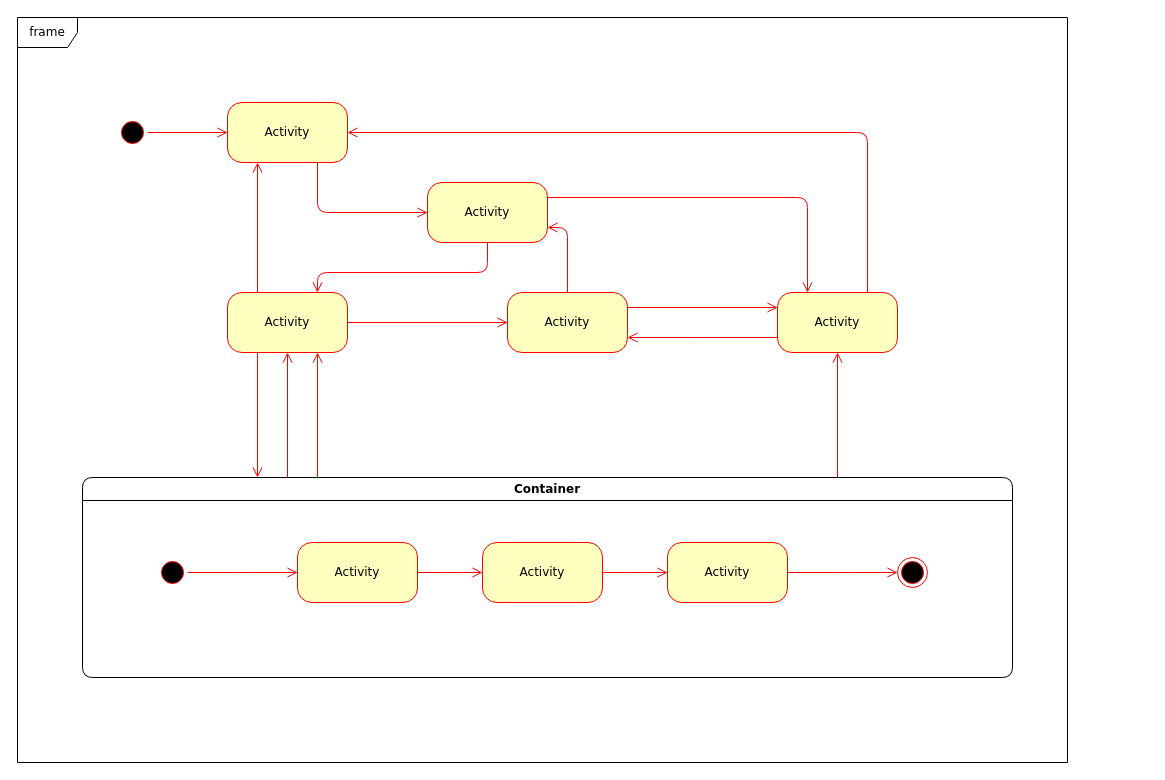
PaWeRe/Udacity-Blockchain-Nanodegree keeps this draw.io diagram as Fair_Trade_Coffe_Supply_Chain/project-6/FTC_UML-state-diagram.drawio. Above is the earlier version. Source tidied: cells renumbered, new cells numbered last; positions are measured from the earlier drawing's top-left corner, leaving out a move shared by most shapes. Both pictures are drawn from the tidied source at 100%, with x=0, y=0 at pixel (17, 17).
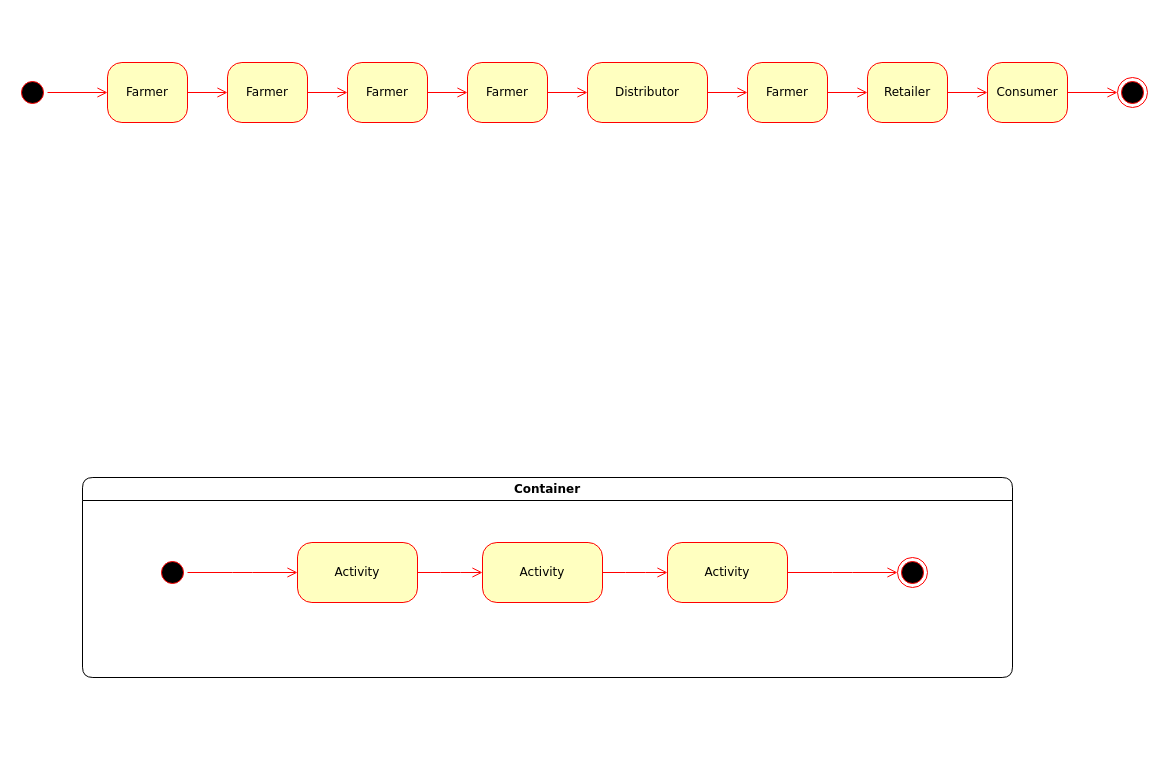
The same page after the edit.

The change refers to these unchanged cells:
```xml
<mxCell id="12" value="Container" style="swimlane;whiteSpace=wrap;html=1;rounded=1;shadow=0;comic=0;labelBackgroundColor=none;strokeWidth=1;fontFamily=Verdana;fontSize=12;align=center;" parent="1" vertex="1">
  <mxGeometry x="65" y="460" width="930" height="200" as="geometry" />
</mxCell>
```

The edit, as a diff of the source:
```diff
@@
     <mxCell id="2" style="ellipse;html=1;shape=startState;fillColor=#000000;strokeColor=#ff0000;rounded=1;shadow=0;comic=0;labelBackgroundColor=none;fontFamily=Verdana;fontSize=12;fontColor=#000000;align=center;direction=south;" parent="1" vertex="1">
-      <mxGeometry x="100" y="100" width="30" height="30" as="geometry" />
+      <mxGeometry y="60" width="30" height="30" as="geometry" />
     </mxCell>
-    <mxCell id="3" value="Activity" style="rounded=1;whiteSpace=wrap;html=1;arcSize=24;fillColor=#ffffc0;strokeColor=#ff0000;shadow=0;comic=0;labelBackgroundColor=none;fontFamily=Verdana;fontSize=12;fontColor=#000000;align=center;" parent="1" vertex="1">
-      <mxGeometry x="210" y="275" width="120" height="60" as="geometry" />
-    </mxCell>
-    <mxCell id="4" value="Activity" style="rounded=1;whiteSpace=wrap;html=1;arcSize=24;fillColor=#ffffc0;strokeColor=#ff0000;shadow=0;comic=0;labelBackgroundColor=none;fontFamily=Verdana;fontSize=12;fontColor=#000000;align=center;" parent="1" vertex="1">
-      <mxGeometry x="210" y="85" width="120" height="60" as="geometry" />
+    <mxCell id="4" value="Farmer" style="rounded=1;whiteSpace=wrap;html=1;arcSize=24;fillColor=#ffffc0;strokeColor=#ff0000;shadow=0;comic=0;labelBackgroundColor=none;fontFamily=Verdana;fontSize=12;fontColor=#000000;align=center;" parent="1" vertex="1">
+      <mxGeometry x="90" y="45" width="80" height="60" as="geometry" />
     </mxCell>
-    <mxCell id="5" style="edgeStyle=orthogonalEdgeStyle;html=1;exitX=1;exitY=0.25;entryX=0.25;entryY=0;labelBackgroundColor=none;endArrow=open;endSize=8;strokeColor=#ff0000;fontFamily=Verdana;fontSize=12;align=left;" parent="1" edge="1" source="6" target="9">
-      <mxGeometry relative="1" as="geometry" />
-    </mxCell>
-    <mxCell id="6" value="Activity" style="rounded=1;whiteSpace=wrap;html=1;arcSize=24;fillColor=#ffffc0;strokeColor=#ff0000;shadow=0;comic=0;labelBackgroundColor=none;fontFamily=Verdana;fontSize=12;fontColor=#000000;align=center;" parent="1" vertex="1">
-      <mxGeometry x="410" y="165" width="120" height="60" as="geometry" />
-    </mxCell>
-    <mxCell id="7" style="edgeStyle=orthogonalEdgeStyle;html=1;exitX=0.75;exitY=0;entryX=1;entryY=0.5;labelBackgroundColor=none;endArrow=open;endSize=8;strokeColor=#ff0000;fontFamily=Verdana;fontSize=12;align=left;" parent="1" edge="1" source="9" target="4">
-      <mxGeometry relative="1" as="geometry">
-        <Array as="points">
-          <mxPoint x="850" y="115" />
-        </Array>
-      </mxGeometry>
-    </mxCell>
-    <mxCell id="8" style="edgeStyle=elbowEdgeStyle;html=1;exitX=0;exitY=0.75;entryX=1;entryY=0.75;labelBackgroundColor=none;endArrow=open;endSize=8;strokeColor=#ff0000;fontFamily=Verdana;fontSize=12;align=left;" parent="1" edge="1" source="9" target="10">
-      <mxGeometry relative="1" as="geometry" />
-    </mxCell>
-    <mxCell id="9" value="Activity" style="rounded=1;whiteSpace=wrap;html=1;arcSize=24;fillColor=#ffffc0;strokeColor=#ff0000;shadow=0;comic=0;labelBackgroundColor=none;fontFamily=Verdana;fontSize=12;fontColor=#000000;align=center;" parent="1" vertex="1">
-      <mxGeometry x="760" y="275" width="120" height="60" as="geometry" />
-    </mxCell>
-    <mxCell id="10" value="Activity" style="rounded=1;whiteSpace=wrap;html=1;arcSize=24;fillColor=#ffffc0;strokeColor=#ff0000;shadow=0;comic=0;labelBackgroundColor=none;fontFamily=Verdana;fontSize=12;fontColor=#000000;align=center;" parent="1" vertex="1">
-      <mxGeometry x="490" y="275" width="120" height="60" as="geometry" />
-    </mxCell>
-    <mxCell id="11" style="edgeStyle=elbowEdgeStyle;html=1;labelBackgroundColor=none;endArrow=open;endSize=8;strokeColor=#ff0000;fontFamily=Verdana;fontSize=12;align=left;" parent="1" edge="1" source="12" target="9">
-      <mxGeometry relative="1" as="geometry" />
-    </mxCell>
@@
-    <mxCell id="22" value="frame" style="shape=umlFrame;whiteSpace=wrap;html=1;rounded=1;shadow=0;comic=0;labelBackgroundColor=none;strokeWidth=1;fontFamily=Verdana;fontSize=12;align=center;" parent="1" vertex="1">
-      <mxGeometry width="1050" height="745" as="geometry" />
-    </mxCell>
@@
-    <mxCell id="24" style="edgeStyle=orthogonalEdgeStyle;html=1;labelBackgroundColor=none;endArrow=open;endSize=8;strokeColor=#ff0000;fontFamily=Verdana;fontSize=12;align=left;entryX=0;entryY=0.5;" parent="1" edge="1" source="4" target="6">
-      <mxGeometry relative="1" as="geometry">
-        <Array as="points">
-          <mxPoint x="300" y="195" />
-        </Array>
-      </mxGeometry>
-    </mxCell>
-    <mxCell id="25" style="edgeStyle=orthogonalEdgeStyle;html=1;entryX=0.75;entryY=0;labelBackgroundColor=none;endArrow=open;endSize=8;strokeColor=#ff0000;fontFamily=Verdana;fontSize=12;align=left;exitX=0.5;exitY=1;" parent="1" edge="1" source="6" target="3">
-      <mxGeometry relative="1" as="geometry">
-        <Array as="points">
-          <mxPoint x="470" y="255" />
-          <mxPoint x="300" y="255" />
-        </Array>
-      </mxGeometry>
-    </mxCell>
-    <mxCell id="26" style="edgeStyle=orthogonalEdgeStyle;html=1;exitX=0.25;exitY=0;entryX=0.25;entryY=1;labelBackgroundColor=none;endArrow=open;endSize=8;strokeColor=#ff0000;fontFamily=Verdana;fontSize=12;align=left;" parent="1" edge="1" source="3" target="4">
-      <mxGeometry relative="1" as="geometry" />
-    </mxCell>
-    <mxCell id="27" style="edgeStyle=orthogonalEdgeStyle;html=1;exitX=1;exitY=0.5;entryX=0;entryY=0.5;labelBackgroundColor=none;endArrow=open;endSize=8;strokeColor=#ff0000;fontFamily=Verdana;fontSize=12;align=left;" parent="1" edge="1" source="3" target="10">
-      <mxGeometry relative="1" as="geometry" />
-    </mxCell>
-    <mxCell id="28" style="edgeStyle=orthogonalEdgeStyle;html=1;exitX=0.5;exitY=0;entryX=1;entryY=0.75;labelBackgroundColor=none;endArrow=open;endSize=8;strokeColor=#ff0000;fontFamily=Verdana;fontSize=12;align=left;" parent="1" edge="1" source="10" target="6">
-      <mxGeometry relative="1" as="geometry" />
-    </mxCell>
-    <mxCell id="29" style="edgeStyle=orthogonalEdgeStyle;html=1;exitX=1;exitY=0.25;entryX=0;entryY=0.25;labelBackgroundColor=none;endArrow=open;endSize=8;strokeColor=#ff0000;fontFamily=Verdana;fontSize=12;align=left;" parent="1" edge="1" source="10" target="9">
-      <mxGeometry relative="1" as="geometry" />
-    </mxCell>
-    <mxCell id="30" style="edgeStyle=elbowEdgeStyle;html=1;labelBackgroundColor=none;endArrow=open;endSize=8;strokeColor=#ff0000;fontFamily=Verdana;fontSize=12;align=left;entryX=0.75;entryY=1;" parent="1" edge="1" source="12" target="3">
-      <mxGeometry relative="1" as="geometry" />
-    </mxCell>
-    <mxCell id="31" style="edgeStyle=elbowEdgeStyle;html=1;labelBackgroundColor=none;endArrow=open;endSize=8;strokeColor=#ff0000;fontFamily=Verdana;fontSize=12;align=left;entryX=0.5;entryY=1;" parent="1" edge="1" source="12" target="3">
-      <mxGeometry relative="1" as="geometry" />
-    </mxCell>
-    <mxCell id="32" style="edgeStyle=elbowEdgeStyle;html=1;labelBackgroundColor=none;endArrow=open;endSize=8;strokeColor=#ff0000;fontFamily=Verdana;fontSize=12;align=left;exitX=0.25;exitY=1;" parent="1" edge="1" source="3" target="12">
-      <mxGeometry relative="1" as="geometry" />
-    </mxCell>
+    <mxCell id="33" value="Farmer" style="rounded=1;whiteSpace=wrap;html=1;arcSize=24;fillColor=#ffffc0;strokeColor=#ff0000;shadow=0;comic=0;labelBackgroundColor=none;fontFamily=Verdana;fontSize=12;fontColor=#000000;align=center;" parent="1" vertex="1">
+      <mxGeometry x="210" y="45" width="80" height="60" as="geometry" />
+    </mxCell>
+    <mxCell id="34" value="Farmer" style="rounded=1;whiteSpace=wrap;html=1;arcSize=24;fillColor=#ffffc0;strokeColor=#ff0000;shadow=0;comic=0;labelBackgroundColor=none;fontFamily=Verdana;fontSize=12;fontColor=#000000;align=center;" parent="1" vertex="1">
+      <mxGeometry x="450" y="45" width="80" height="60" as="geometry" />
+    </mxCell>
+    <mxCell id="35" value="Distributor" style="rounded=1;whiteSpace=wrap;html=1;arcSize=24;fillColor=#ffffc0;strokeColor=#ff0000;shadow=0;comic=0;labelBackgroundColor=none;fontFamily=Verdana;fontSize=12;fontColor=#000000;align=center;" parent="1" vertex="1">
+      <mxGeometry x="570" y="45" width="120" height="60" as="geometry" />
+    </mxCell>
+    <mxCell id="36" value="Farmer" style="rounded=1;whiteSpace=wrap;html=1;arcSize=24;fillColor=#ffffc0;strokeColor=#ff0000;shadow=0;comic=0;labelBackgroundColor=none;fontFamily=Verdana;fontSize=12;fontColor=#000000;align=center;" parent="1" vertex="1">
+      <mxGeometry x="330" y="45" width="80" height="60" as="geometry" />
+    </mxCell>
+    <mxCell id="37" value="Farmer" style="rounded=1;whiteSpace=wrap;html=1;arcSize=24;fillColor=#ffffc0;strokeColor=#ff0000;shadow=0;comic=0;labelBackgroundColor=none;fontFamily=Verdana;fontSize=12;fontColor=#000000;align=center;" parent="1" vertex="1">
+      <mxGeometry x="730" y="45" width="80" height="60" as="geometry" />
+    </mxCell>
+    <mxCell id="38" value="Retailer" style="rounded=1;whiteSpace=wrap;html=1;arcSize=24;fillColor=#ffffc0;strokeColor=#ff0000;shadow=0;comic=0;labelBackgroundColor=none;fontFamily=Verdana;fontSize=12;fontColor=#000000;align=center;" parent="1" vertex="1">
+      <mxGeometry x="850" y="45" width="80" height="60" as="geometry" />
+    </mxCell>
+    <mxCell id="39" value="Consumer" style="rounded=1;whiteSpace=wrap;html=1;arcSize=24;fillColor=#ffffc0;strokeColor=#ff0000;shadow=0;comic=0;labelBackgroundColor=none;fontFamily=Verdana;fontSize=12;fontColor=#000000;align=center;" parent="1" vertex="1">
+      <mxGeometry x="970" y="45" width="80" height="60" as="geometry" />
+    </mxCell>
+    <mxCell id="40" style="ellipse;html=1;shape=endState;fillColor=#000000;strokeColor=#ff0000;rounded=1;shadow=0;comic=0;labelBackgroundColor=none;fontFamily=Verdana;fontSize=12;fontColor=#000000;align=center;" parent="1" vertex="1">
+      <mxGeometry x="1100" y="60" width="30" height="30" as="geometry" />
+    </mxCell>
+    <mxCell id="41" style="edgeStyle=orthogonalEdgeStyle;html=1;labelBackgroundColor=none;endArrow=open;endSize=8;strokeColor=#ff0000;fontFamily=Verdana;fontSize=12;align=left;exitX=1;exitY=0.5;exitDx=0;exitDy=0;entryX=0;entryY=0.5;entryDx=0;entryDy=0;" parent="1" edge="1" source="4" target="33">
+      <mxGeometry relative="1" as="geometry" />
+    </mxCell>
+    <mxCell id="42" style="edgeStyle=orthogonalEdgeStyle;html=1;labelBackgroundColor=none;endArrow=open;endSize=8;strokeColor=#ff0000;fontFamily=Verdana;fontSize=12;align=left;exitX=1;exitY=0.5;exitDx=0;exitDy=0;entryX=0;entryY=0.5;entryDx=0;entryDy=0;" parent="1" edge="1" source="33" target="36">
+      <mxGeometry relative="1" as="geometry" />
+    </mxCell>
+    <mxCell id="43" style="edgeStyle=orthogonalEdgeStyle;html=1;labelBackgroundColor=none;endArrow=open;endSize=8;strokeColor=#ff0000;fontFamily=Verdana;fontSize=12;align=left;exitX=1;exitY=0.5;exitDx=0;exitDy=0;entryX=0;entryY=0.5;entryDx=0;entryDy=0;" parent="1" edge="1" source="36" target="34">
+      <mxGeometry relative="1" as="geometry" />
+    </mxCell>
+    <mxCell id="44" style="edgeStyle=orthogonalEdgeStyle;html=1;labelBackgroundColor=none;endArrow=open;endSize=8;strokeColor=#ff0000;fontFamily=Verdana;fontSize=12;align=left;entryX=0;entryY=0.5;entryDx=0;entryDy=0;" parent="1" edge="1" source="34" target="35">
+      <mxGeometry relative="1" as="geometry" />
+    </mxCell>
+    <mxCell id="45" style="edgeStyle=orthogonalEdgeStyle;html=1;labelBackgroundColor=none;endArrow=open;endSize=8;strokeColor=#ff0000;fontFamily=Verdana;fontSize=12;align=left;entryX=0;entryY=0.5;entryDx=0;entryDy=0;exitX=1;exitY=0.5;exitDx=0;exitDy=0;" parent="1" edge="1" source="35" target="37">
+      <mxGeometry relative="1" as="geometry" />
+    </mxCell>
+    <mxCell id="46" style="edgeStyle=orthogonalEdgeStyle;html=1;labelBackgroundColor=none;endArrow=open;endSize=8;strokeColor=#ff0000;fontFamily=Verdana;fontSize=12;align=left;entryX=0;entryY=0.5;entryDx=0;entryDy=0;" parent="1" edge="1" source="37" target="38">
+      <mxGeometry relative="1" as="geometry" />
+    </mxCell>
+    <mxCell id="47" style="edgeStyle=orthogonalEdgeStyle;html=1;labelBackgroundColor=none;endArrow=open;endSize=8;strokeColor=#ff0000;fontFamily=Verdana;fontSize=12;align=left;entryX=0;entryY=0.5;entryDx=0;entryDy=0;exitX=1;exitY=0.5;exitDx=0;exitDy=0;" parent="1" edge="1" source="38" target="39">
+      <mxGeometry relative="1" as="geometry" />
+    </mxCell>
+    <mxCell id="48" style="edgeStyle=orthogonalEdgeStyle;html=1;labelBackgroundColor=none;endArrow=open;endSize=8;strokeColor=#ff0000;fontFamily=Verdana;fontSize=12;align=left;entryX=0;entryY=0.5;entryDx=0;entryDy=0;exitX=1;exitY=0.5;exitDx=0;exitDy=0;" parent="1" edge="1" source="39" target="40">
+      <mxGeometry relative="1" as="geometry" />
+    </mxCell>
```
